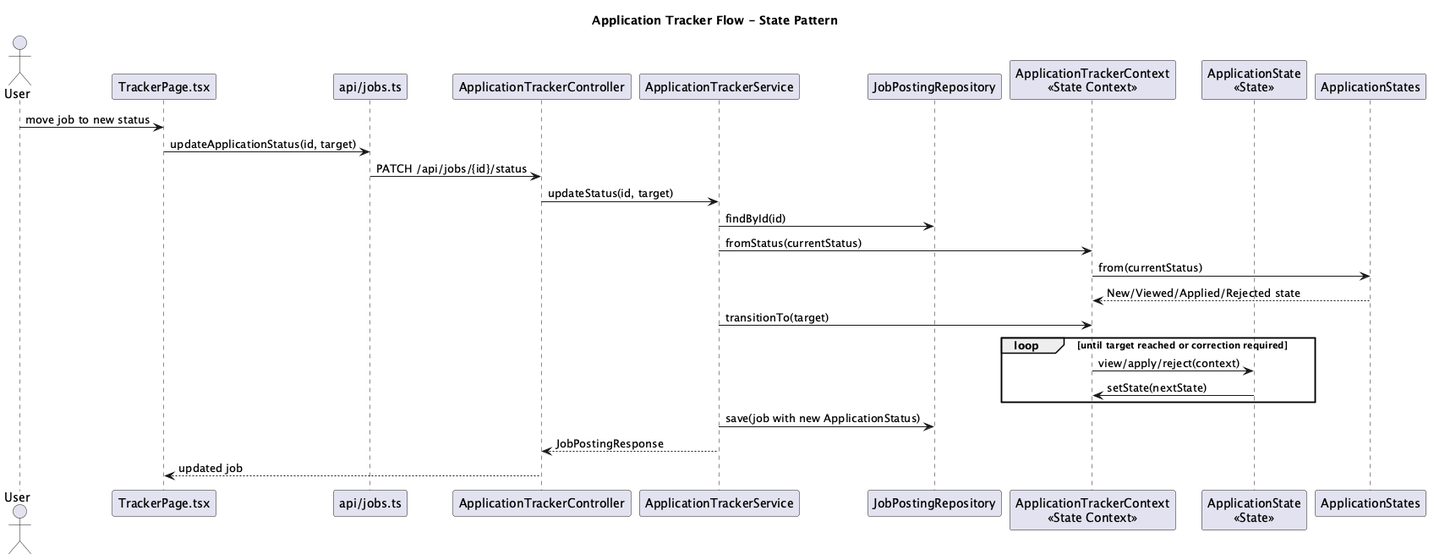
Anmol-tech/NextOffer keeps this PlantUML diagram as docs/diagrams/png/NextOffer_Tracker_State_Sequence.png. Above is the earlier version.
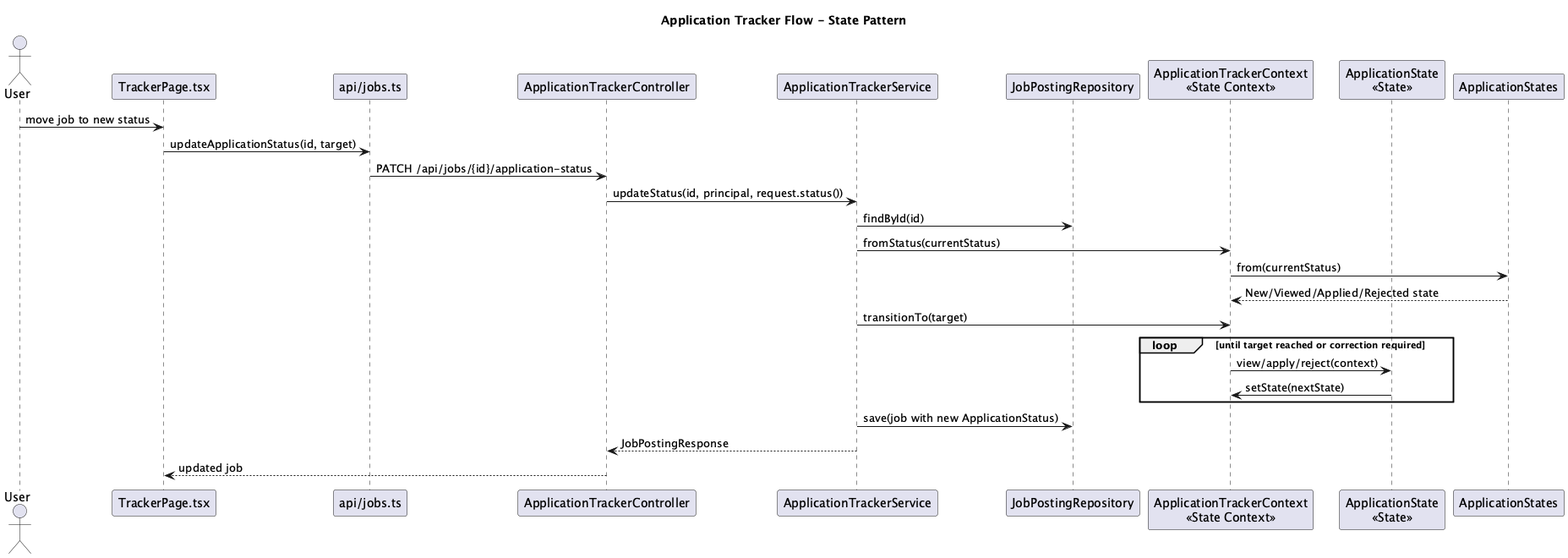
The same file after the commit.

Diff of the diagram source:
```diff
@@ -12,8 +12,8 @@
 
 User -> TrackerPage : move job to new status
 TrackerPage -> ApiJobs : updateApplicationStatus(id, target)
-ApiJobs -> Controller : PATCH /api/jobs/{id}/status
-Controller -> Service : updateStatus(id, target)
+ApiJobs -> Controller : PATCH /api/jobs/{id}/application-status
+Controller -> Service : updateStatus(id, principal, request.status())
 Service -> JobRepo : findById(id)
 Service -> Context : fromStatus(currentStatus)
 Context -> States : from(currentStatus)
```
